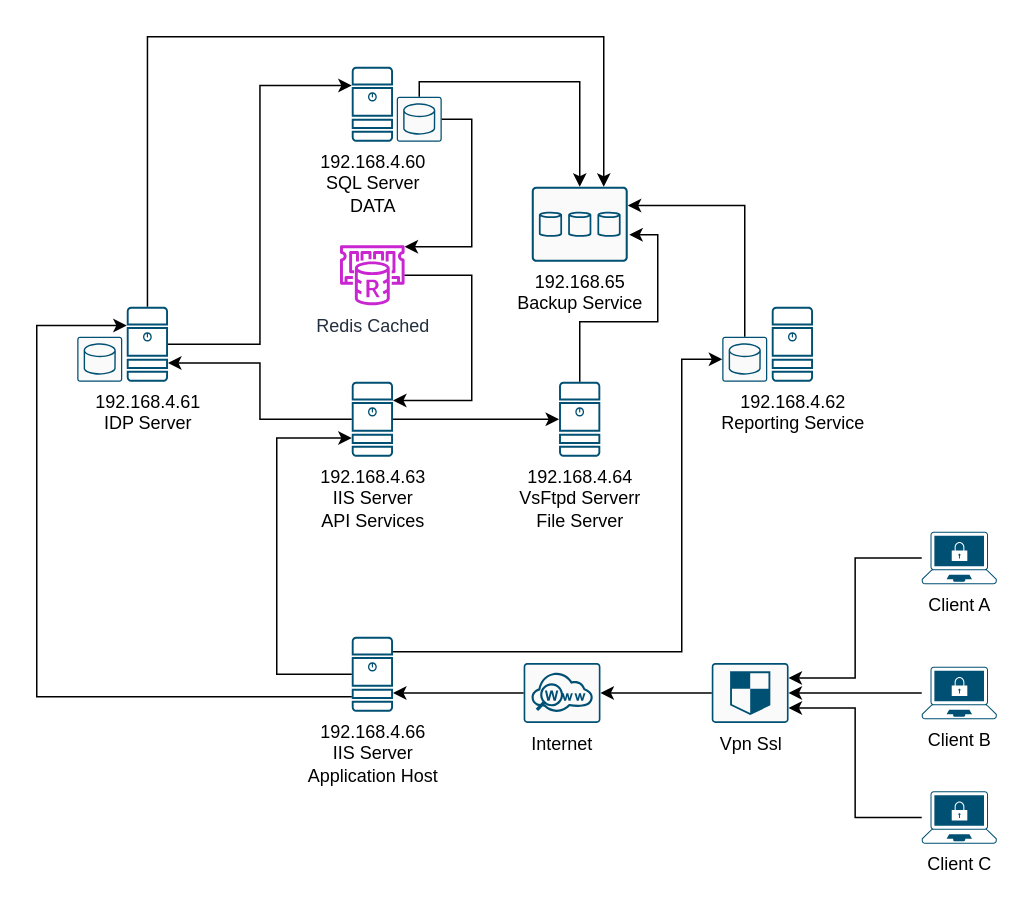
The draw.io diagram Untitled Diagram.drawio in osvcarign/charts, before the edit. Source tidied: cells renumbered, new cells numbered last; positions are measured from the earlier drawing's top-left corner, leaving out a move shared by most shapes. Both pictures are drawn from the tidied source at 150%, with x=0, y=0 at pixel (36, 36).
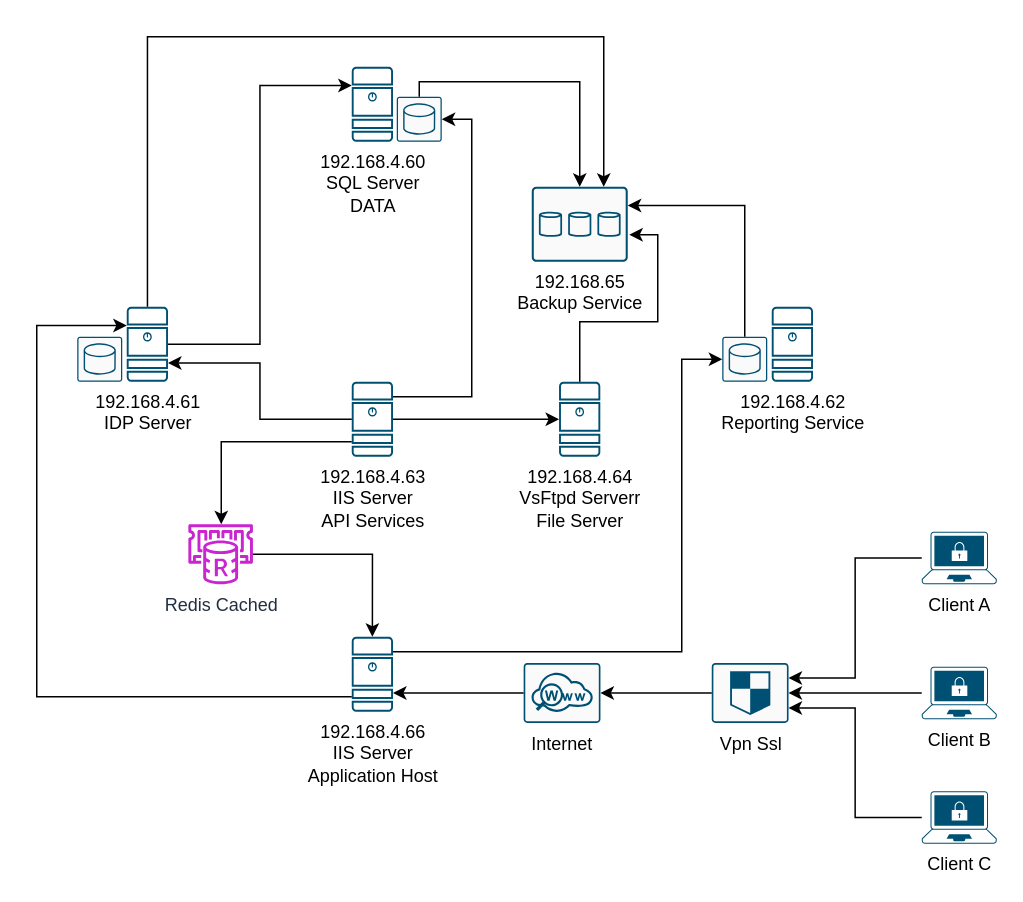
After the change.

Commit message:
Redis Cached

The change refers to these unchanged cells:
```xml
<mxCell id="4" style="sketch=0;points=[[0.015,0.015,0],[0.985,0.015,0],[0.985,0.985,0],[0.015,0.985,0],[0.25,0,0],[0.5,0,0],[0.75,0,0],[1,0.25,0],[1,0.5,0],[1,0.75,0],[0.75,1,0],[0.5,1,0],[0.25,1,0],[0,0.75,0],[0,0.5,0],[0,0.25,0]];verticalLabelPosition=bottom;html=1;verticalAlign=top;align=center;shape=mxgraph.cisco19.rect;prIcon=database_relational;fillColor=#FAFAFA;strokeColor=#005073;" parent="2" vertex="1">
  <mxGeometry x="30" y="20" width="30" height="30" as="geometry" />
</mxCell>
<mxCell id="9" value="192.168.4.63&lt;br&gt;&lt;div&gt;IIS Server&lt;br&gt;&lt;/div&gt;&lt;div&gt;API Services&lt;/div&gt;" style="sketch=0;points=[[0.015,0.015,0],[0.985,0.015,0],[0.985,0.985,0],[0.015,0.985,0],[0.25,0,0],[0.5,0,0],[0.75,0,0],[1,0.25,0],[1,0.5,0],[1,0.75,0],[0.75,1,0],[0.5,1,0],[0.25,1,0],[0,0.75,0],[0,0.5,0],[0,0.25,0]];verticalLabelPosition=bottom;html=1;verticalAlign=top;align=center;shape=mxgraph.cisco19.server;fillColor=#005073;strokeColor=none;" parent="1" vertex="1">
  <mxGeometry x="210" y="230" width="27.5" height="50" as="geometry" />
</mxCell>
<mxCell id="11" value="192.168.4.66&lt;br&gt;&lt;div&gt;IIS Server&lt;br&gt;&lt;/div&gt;&lt;div&gt;Application Host&lt;/div&gt;" style="sketch=0;points=[[0.015,0.015,0],[0.985,0.015,0],[0.985,0.985,0],[0.015,0.985,0],[0.25,0,0],[0.5,0,0],[0.75,0,0],[1,0.25,0],[1,0.5,0],[1,0.75,0],[0.75,1,0],[0.5,1,0],[0.25,1,0],[0,0.75,0],[0,0.5,0],[0,0.25,0]];verticalLabelPosition=bottom;html=1;verticalAlign=top;align=center;shape=mxgraph.cisco19.server;fillColor=#005073;strokeColor=none;" parent="1" vertex="1">
  <mxGeometry x="210" y="400" width="27.5" height="50" as="geometry" />
</mxCell>
```

The edit, as a diff of the source:
```diff
@@
+    <mxCell id="38" style="edgeStyle=orthogonalEdgeStyle;rounded=0;jettySize=auto;html=1;" parent="1" edge="1" source="9" target="29">
+      <mxGeometry relative="1" as="geometry">
+        <Array as="points">
+          <mxPoint x="123" y="270" />
+        </Array>
+      </mxGeometry>
+    </mxCell>
@@
-    <mxCell id="12" style="edgeStyle=orthogonalEdgeStyle;rounded=0;jettySize=auto;html=1;entryX=0;entryY=0.75;entryDx=0;entryDy=0;entryPerimeter=0;" parent="1" edge="1" source="11" target="9">
-      <mxGeometry relative="1" as="geometry">
-        <Array as="points">
-          <mxPoint x="160" y="425" />
-          <mxPoint x="160" y="268" />
-        </Array>
-      </mxGeometry>
-    </mxCell>
@@
     <mxCell id="29" value="Redis Cached" style="sketch=0;outlineConnect=0;fontColor=#232F3E;gradientColor=none;fillColor=#C925D1;strokeColor=none;dashed=0;verticalLabelPosition=bottom;verticalAlign=top;align=center;html=1;fontSize=12;fontStyle=0;shape=mxgraph.aws4.elasticache_for_redis;" parent="1" vertex="1">
-      <mxGeometry x="201.1" y="139" width="45.2" height="40" as="geometry" />
+      <mxGeometry x="100" y="325" width="45.2" height="40" as="geometry" />
     </mxCell>
-    <mxCell id="30" style="edgeStyle=orthogonalEdgeStyle;rounded=0;jettySize=auto;html=1;" parent="1" edge="1" source="4" target="29">
-      <mxGeometry relative="1" as="geometry">
-        <Array as="points">
-          <mxPoint x="290" y="55" />
-          <mxPoint x="290" y="140" />
-        </Array>
-      </mxGeometry>
-    </mxCell>
@@
-    <mxCell id="37" style="edgeStyle=orthogonalEdgeStyle;rounded=0;jettySize=auto;html=1;entryX=1;entryY=0.25;entryDx=0;entryDy=0;entryPerimeter=0;" parent="1" edge="1" source="29" target="9">
-      <mxGeometry relative="1" as="geometry">
-        <Array as="points">
-          <mxPoint x="290" y="159" />
-          <mxPoint x="290" y="243" />
-        </Array>
-      </mxGeometry>
-    </mxCell>
+    <mxCell id="39" style="edgeStyle=orthogonalEdgeStyle;rounded=0;jettySize=auto;html=1;entryX=1;entryY=0.5;entryDx=0;entryDy=0;entryPerimeter=0;" parent="1" edge="1" source="9" target="4">
+      <mxGeometry relative="1" as="geometry">
+        <Array as="points">
+          <mxPoint x="290" y="240" />
+          <mxPoint x="290" y="55" />
+        </Array>
+      </mxGeometry>
+    </mxCell>
+    <mxCell id="40" style="edgeStyle=orthogonalEdgeStyle;rounded=0;jettySize=auto;html=1;entryX=0.5;entryY=0;entryDx=0;entryDy=0;entryPerimeter=0;" parent="1" edge="1" source="29" target="11">
+      <mxGeometry relative="1" as="geometry" />
+    </mxCell>
```
